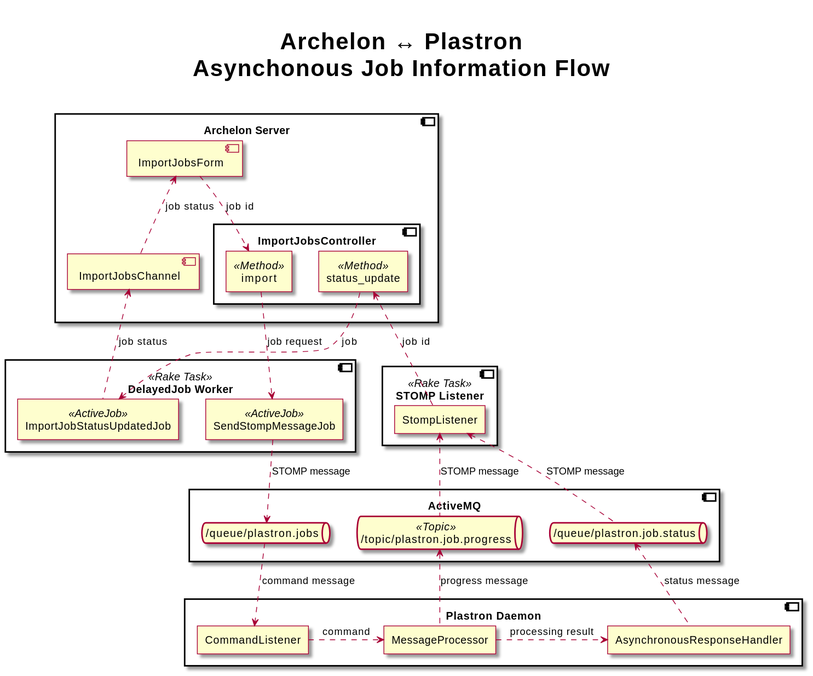
Earlier version of the PlantUML export docs/img/MessageFlow.svg (umd-lib/archelon). Its diagram source:
```plantuml
@startuml
<style>
Title {
    Margin 30
    FontSize 30
}
</style>
title
    Archelon ↔ Plastron
    Asynchonous Job Information Flow
end title

component "Archelon Server" as Archelon {
    component ImportJobsForm
    component ImportJobsController {
        rectangle import << Method >>
        rectangle status_update << Method >>
    }
    component ImportJobsChannel
}
component "DelayedJob Worker" as DelayedJob << Rake Task >> {
    rectangle SendStompMessageJob << ActiveJob >>
    rectangle ImportJobStatusUpdatedJob << ActiveJob >>
}
component ActiveMQ {
    queue "/queue/plastron.jobs" as Jobs
    queue "/topic/plastron.job.progress" as JobProgress << Topic >>
    queue "/queue/plastron.job.status" as JobStatus
}
component "Plastron Daemon" as Plastron {
    rectangle CommandListener
    rectangle MessageProcessor
    rectangle AsynchronousResponseHandler
}
component "STOMP Listener" << Rake Task >> {
    rectangle StompListener
}

ImportJobsForm ..> import : job id
import ..> SendStompMessageJob : job request
SendStompMessageJob ..> Jobs : STOMP message
Jobs ..> CommandListener : command message
JobProgress <.. MessageProcessor : progress message
JobStatus <.. AsynchronousResponseHandler : status message

CommandListener .> MessageProcessor : command
MessageProcessor .> AsynchronousResponseHandler : processing result

StompListener <.. JobProgress : STOMP message
StompListener <.. JobStatus : STOMP message

status_update <.. StompListener : job id
ImportJobStatusUpdatedJob <.. status_update : job

ImportJobsChannel <.. ImportJobStatusUpdatedJob : job status
ImportJobsForm <.. ImportJobsChannel : job status

@enduml
```
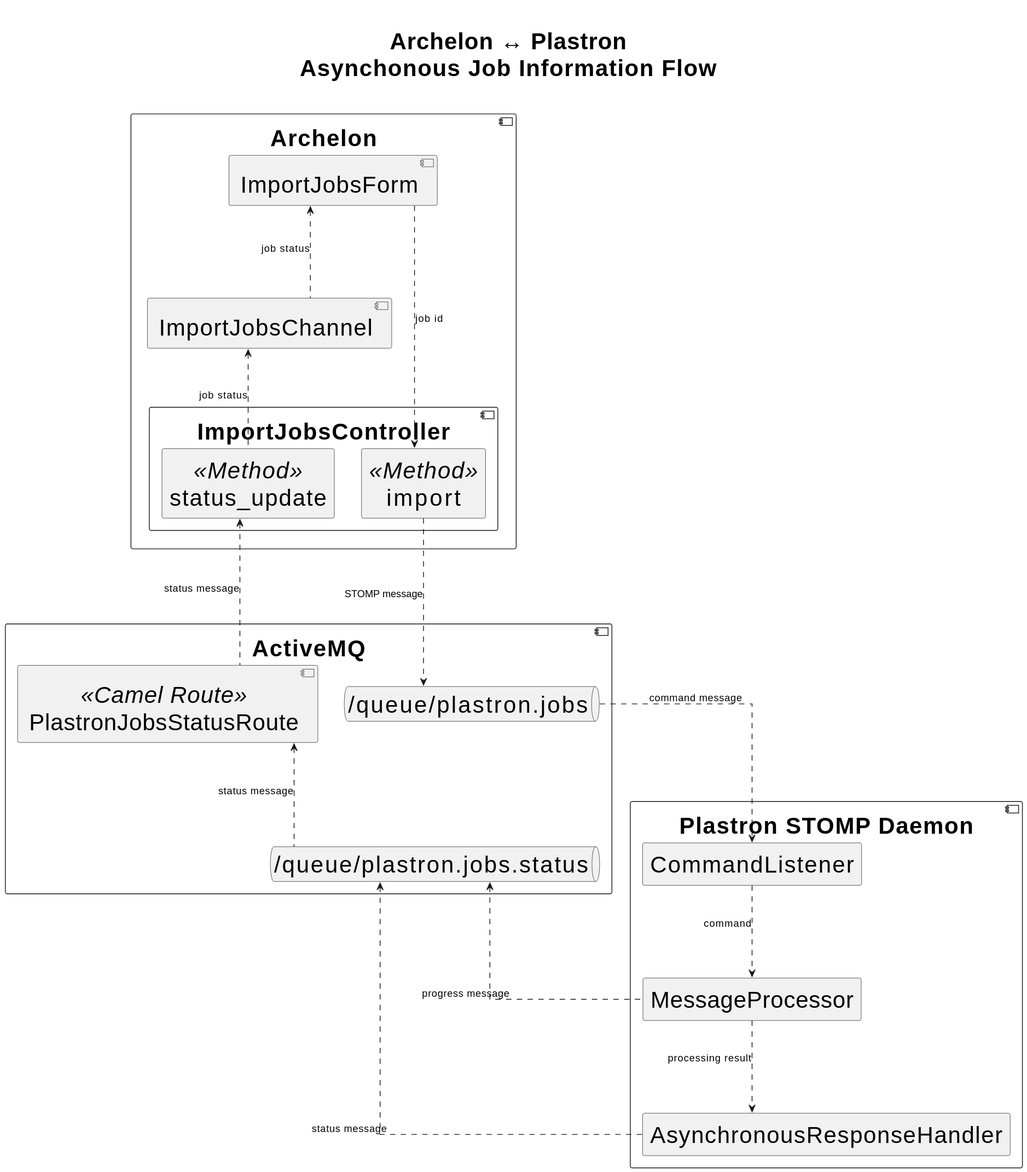
The same diagram one commit later.

Change to the diagram source:
```diff
@@ -1,4 +1,5 @@
 @startuml
+skinparam Linetype ortho
 <style>
 Title {
     Margin 30
@@ -10,7 +11,7 @@
     Asynchonous Job Information Flow
 end title
 
-component "Archelon Server" as Archelon {
+component Archelon {
     component ImportJobsForm
     component ImportJobsController {
         rectangle import << Method >>
@@ -18,41 +19,28 @@
     }
     component ImportJobsChannel
 }
-component "DelayedJob Worker" as DelayedJob << Rake Task >> {
-    rectangle SendStompMessageJob << ActiveJob >>
-    rectangle ImportJobStatusUpdatedJob << ActiveJob >>
-}
 component ActiveMQ {
     queue "/queue/plastron.jobs" as Jobs
-    queue "/topic/plastron.job.progress" as JobProgress << Topic >>
-    queue "/queue/plastron.job.status" as JobStatus
+    queue "/queue/plastron.jobs.status" as JobStatus
+    component PlastronJobsStatusRoute <<Camel Route>>
 }
-component "Plastron Daemon" as Plastron {
+component "Plastron STOMP Daemon" as Plastron {
     rectangle CommandListener
     rectangle MessageProcessor
     rectangle AsynchronousResponseHandler
 }
-component "STOMP Listener" << Rake Task >> {
-    rectangle StompListener
-}
 
 ImportJobsForm ..> import : job id
-import ..> SendStompMessageJob : job request
-SendStompMessageJob ..> Jobs : STOMP message
-Jobs ..> CommandListener : command message
-JobProgress <.. MessageProcessor : progress message
+import ....>  Jobs : STOMP message
+Jobs ...> CommandListener : command message
+JobStatus <.. MessageProcessor : progress message
 JobStatus <.. AsynchronousResponseHandler : status message
 
-CommandListener .> MessageProcessor : command
-MessageProcessor .> AsynchronousResponseHandler : processing result
+CommandListener ...> MessageProcessor : command
+MessageProcessor ...> AsynchronousResponseHandler : processing result
 
-StompListener <.. JobProgress : STOMP message
-StompListener <.. JobStatus : STOMP message
-
-status_update <.. StompListener : job id
-ImportJobStatusUpdatedJob <.. status_update : job
-
-ImportJobsChannel <.. ImportJobStatusUpdatedJob : job status
-ImportJobsForm <.. ImportJobsChannel : job status
-
+PlastronJobsStatusRoute <... JobStatus : status message
+status_update <.... PlastronJobsStatusRoute : status message
+ImportJobsChannel <... status_update : job status
+ImportJobsForm <... ImportJobsChannel : job status
 @enduml
```
